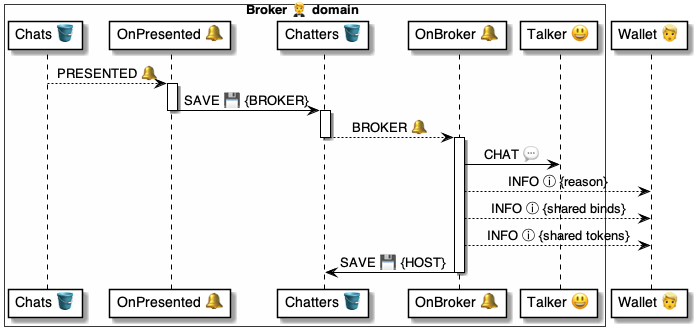
pollyweb-org/pollyweb-docs keeps this PlantUML diagram as 4 ⚙️ Solution/20 🧑‍🦰 UI/Brokers 🤵/🤵🪣 Broker tables/Chatters 👥 table/🪣🔔 2 Broker/🤵 OnChatterBroker ⚙️ uml.png. Above is the earlier version. Its source is kept beside it as 4 ⚙️ Solution/20 🧑‍🦰 UI/Brokers 🤵/🤵🪣 Broker tables/Chatters 👥 table/🪣🔔 2 Broker/🤵 OnChatterBroker ⚙️ uml.puml.
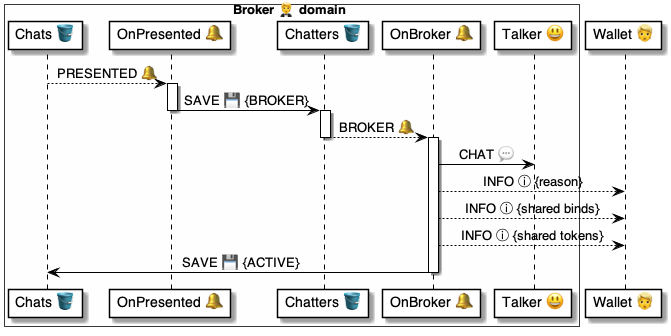
After the commit.

The edit, as a diff of the source:
```diff
@@ -26,7 +26,7 @@
     handler --> wallet: INFO ⓘ {reason}
     handler --> wallet: INFO ⓘ {shared binds}
     handler --> wallet: INFO ⓘ {shared tokens}
-    handler -> table: SAVE 💾 {HOST}
+    handler -> chats: SAVE 💾 {ACTIVE}
 deactivate handler
 
 @enduml
```
